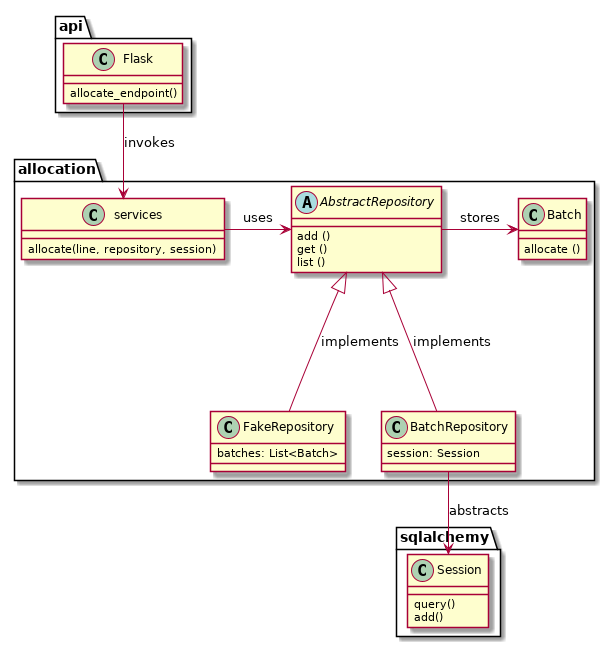
cosmicpython/book keeps this PlantUML diagram as images/chapter_03_class_diagram.png. Above is the earlier version.
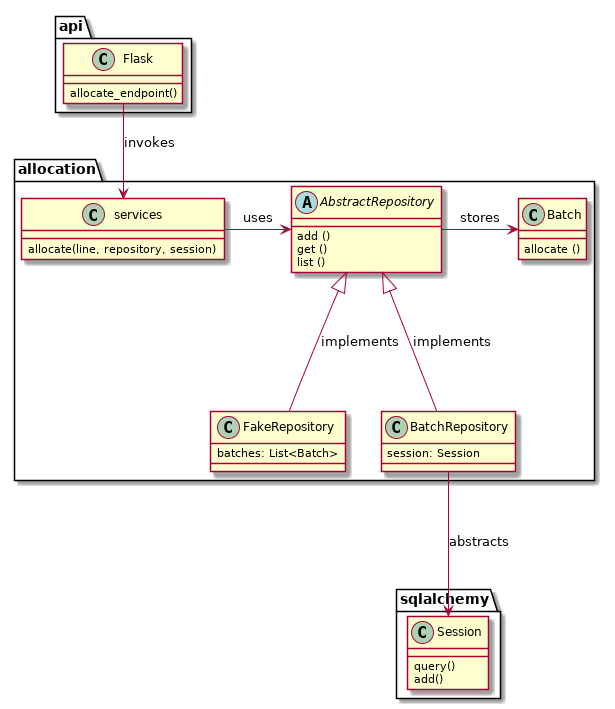
Above is the later version.

Commit message:
add a diagram re tradeoffs

Diff of the diagram source:
```diff
@@ -48,5 +48,5 @@
 AbstractRepository <|-- BatchRepository : implements
 Flask --> services : invokes
 
-BatchRepository --> Session : abstracts
+BatchRepository ---> Session : abstracts
 @enduml
```
